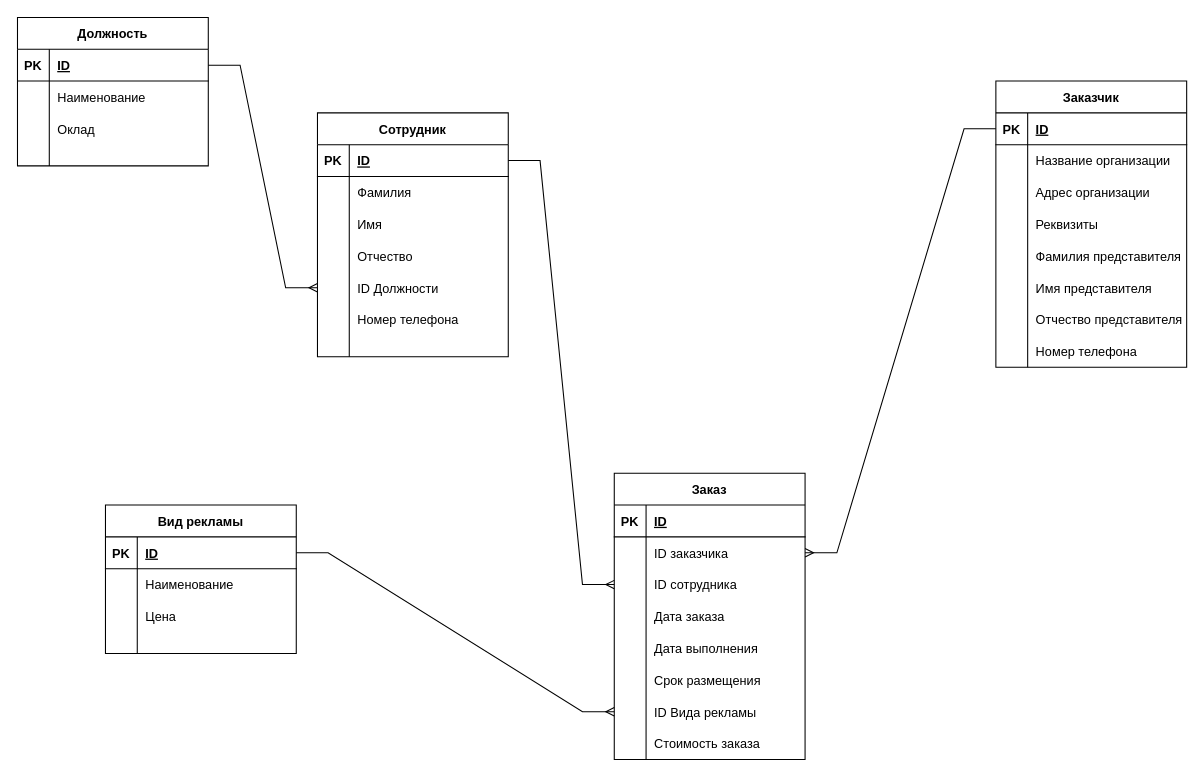
This is Курсовая.drawio from luckyfail777/-, a draw.io file, before an edit. Source tidied: cells renumbered, new cells numbered last; positions are measured from the earlier drawing's top-left corner, leaving out a move shared by most shapes. Both pictures are drawn from the tidied source at 106%, with x=0, y=0 at pixel (17, 17).
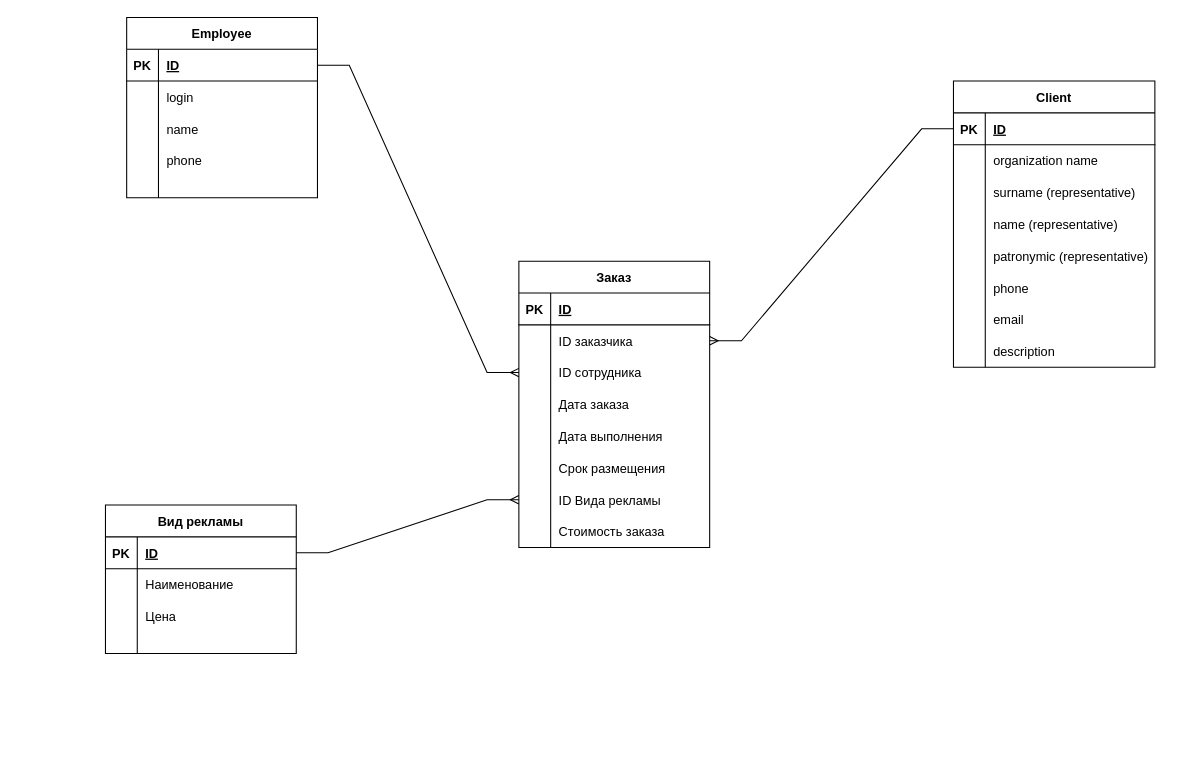
The same diagram, later.

The change refers to these unchanged cells:
```xml
<mxCell id="6" style="shape=tableRow;horizontal=0;startSize=0;swimlaneHead=0;swimlaneBody=0;fillColor=none;top=0;left=0;right=0;bottom=0;" parent="2" vertex="1">
  <mxGeometry y="60" width="180" height="30" as="geometry" />
</mxCell>
<mxCell id="9" style="shape=tableRow;horizontal=0;startSize=0;swimlaneHead=0;swimlaneBody=0;fillColor=none;top=0;left=0;right=0;bottom=0;" parent="2" vertex="1">
  <mxGeometry y="90" width="180" height="30" as="geometry" />
</mxCell>
```

What changed in the source:
```diff
@@
-    <mxCell id="2" value="Сотрудник" style="shape=table;startSize=30;childLayout=tableLayout;rowLines=0;fontStyle=1;align=center;" parent="1" vertex="1">
-      <mxGeometry x="283" y="90" width="180" height="230" as="geometry" />
+    <mxCell id="2" value="Employee" style="shape=table;startSize=30;childLayout=tableLayout;rowLines=0;fontStyle=1;align=center;" parent="1" vertex="1">
+      <mxGeometry x="103" width="180" height="170" as="geometry" />
     </mxCell>
@@
-    <mxCell id="8" value="Фамилия" style="shape=partialRectangle;fillColor=none;top=0;left=0;bottom=0;right=0;align=left;spacingLeft=6;overflow=hidden;" parent="6" vertex="1">
+    <mxCell id="8" value="login" style="shape=partialRectangle;fillColor=none;top=0;left=0;bottom=0;right=0;align=left;spacingLeft=6;overflow=hidden;" parent="6" vertex="1">
       <mxGeometry x="30" width="150" height="30" as="geometry" />
     </mxCell>
@@
-    <mxCell id="11" value="Имя" style="shape=partialRectangle;fillColor=none;top=0;left=0;bottom=0;right=0;align=left;spacingLeft=6;overflow=hidden;" parent="9" vertex="1">
+    <mxCell id="11" value="name" style="shape=partialRectangle;fillColor=none;top=0;left=0;bottom=0;right=0;align=left;spacingLeft=6;overflow=hidden;" parent="9" vertex="1">
       <mxGeometry x="30" width="150" height="30" as="geometry" />
     </mxCell>
-    <mxCell id="12" style="shape=tableRow;horizontal=0;startSize=0;swimlaneHead=0;swimlaneBody=0;fillColor=none;top=0;left=0;right=0;bottom=0;" parent="2" vertex="1">
-      <mxGeometry y="120" width="180" height="30" as="geometry" />
-    </mxCell>
-    <mxCell id="13" style="shape=partialRectangle;fillColor=none;top=0;left=0;bottom=0;right=0;overflow=hidden;" parent="12" vertex="1">
-      <mxGeometry width="30" height="30" as="geometry" />
-    </mxCell>
-    <mxCell id="14" value="Отчество" style="shape=partialRectangle;fillColor=none;top=0;left=0;bottom=0;right=0;align=left;spacingLeft=6;overflow=hidden;" parent="12" vertex="1">
-      <mxGeometry x="30" width="150" height="30" as="geometry" />
-    </mxCell>
-    <mxCell id="15" style="shape=tableRow;horizontal=0;startSize=0;swimlaneHead=0;swimlaneBody=0;fillColor=none;points=[[0,0.5],[1,0.5]];portConstraint=eastwest;top=0;left=0;right=0;bottom=0;" parent="2" vertex="1">
-      <mxGeometry y="150" width="180" height="30" as="geometry" />
-    </mxCell>
-    <mxCell id="16" style="shape=partialRectangle;fillColor=none;top=0;left=0;bottom=0;right=0;overflow=hidden;" parent="15" vertex="1">
-      <mxGeometry width="30" height="30" as="geometry" />
-    </mxCell>
-    <mxCell id="17" value="ID Должности" style="shape=partialRectangle;fillColor=none;top=0;left=0;bottom=0;right=0;align=left;spacingLeft=6;overflow=hidden;" parent="15" vertex="1">
-      <mxGeometry x="30" width="150" height="30" as="geometry" />
-    </mxCell>
     <mxCell id="18" style="shape=tableRow;horizontal=0;startSize=0;swimlaneHead=0;swimlaneBody=0;fillColor=none;top=0;left=0;right=0;bottom=0;" parent="2" vertex="1">
-      <mxGeometry y="180" width="180" height="30" as="geometry" />
+      <mxGeometry y="120" width="180" height="30" as="geometry" />
     </mxCell>
@@
-    <mxCell id="20" value="Номер телефона" style="shape=partialRectangle;fillColor=none;top=0;left=0;bottom=0;right=0;align=left;spacingLeft=6;overflow=hidden;" parent="18" vertex="1">
+    <mxCell id="20" value="phone" style="shape=partialRectangle;fillColor=none;top=0;left=0;bottom=0;right=0;align=left;spacingLeft=6;overflow=hidden;" parent="18" vertex="1">
       <mxGeometry x="30" width="150" height="30" as="geometry" />
     </mxCell>
     <mxCell id="21" style="shape=tableRow;horizontal=0;startSize=0;swimlaneHead=0;swimlaneBody=0;fillColor=none;top=0;left=0;right=0;bottom=0;" parent="2" vertex="1">
-      <mxGeometry y="210" width="180" height="20" as="geometry" />
+      <mxGeometry y="150" width="180" height="20" as="geometry" />
     </mxCell>
@@
-    <mxCell id="24" value="Заказчик" style="shape=table;startSize=30;childLayout=tableLayout;rowLines=0;fontStyle=1;align=center;" parent="1" vertex="1">
-      <mxGeometry x="923" y="60" width="180" height="270" as="geometry" />
+    <mxCell id="24" value="Client" style="shape=table;startSize=30;childLayout=tableLayout;rowLines=0;fontStyle=1;align=center;" parent="1" vertex="1">
+      <mxGeometry x="883" y="60" width="190" height="270" as="geometry" />
     </mxCell>
     <mxCell id="25" style="shape=tableRow;horizontal=0;startSize=0;swimlaneHead=0;swimlaneBody=0;fillColor=none;points=[[0,0.5],[1,0.5]];portConstraint=eastwest;top=0;left=0;right=0;bottom=1;" parent="24" vertex="1">
-      <mxGeometry y="30" width="180" height="30" as="geometry" />
+      <mxGeometry y="30" width="190" height="30" as="geometry" />
     </mxCell>
@@
     <mxCell id="27" value="ID" style="shape=partialRectangle;fillColor=none;top=0;left=0;bottom=0;right=0;align=left;spacingLeft=6;fontStyle=5;overflow=hidden;" parent="25" vertex="1">
-      <mxGeometry x="30" width="150" height="30" as="geometry" />
+      <mxGeometry x="30" width="160" height="30" as="geometry" />
     </mxCell>
     <mxCell id="28" style="shape=tableRow;horizontal=0;startSize=0;swimlaneHead=0;swimlaneBody=0;fillColor=none;top=0;left=0;right=0;bottom=0;" parent="24" vertex="1">
-      <mxGeometry y="60" width="180" height="30" as="geometry" />
+      <mxGeometry y="60" width="190" height="30" as="geometry" />
     </mxCell>
@@
-    <mxCell id="30" value="Название организации" style="shape=partialRectangle;fillColor=none;top=0;left=0;bottom=0;right=0;align=left;spacingLeft=6;overflow=hidden;" parent="28" vertex="1">
-      <mxGeometry x="30" width="150" height="30" as="geometry" />
+    <mxCell id="30" value="organization name" style="shape=partialRectangle;fillColor=none;top=0;left=0;bottom=0;right=0;align=left;spacingLeft=6;overflow=hidden;" parent="28" vertex="1">
+      <mxGeometry x="30" width="160" height="30" as="geometry" />
     </mxCell>
-    <mxCell id="31" style="shape=tableRow;horizontal=0;startSize=0;swimlaneHead=0;swimlaneBody=0;fillColor=none;top=0;left=0;right=0;bottom=0;" parent="24" vertex="1">
-      <mxGeometry y="90" width="180" height="30" as="geometry" />
-    </mxCell>
-    <mxCell id="32" style="shape=partialRectangle;fillColor=none;top=0;left=0;bottom=0;right=0;overflow=hidden;" parent="31" vertex="1">
-      <mxGeometry width="30" height="30" as="geometry" />
-    </mxCell>
-    <mxCell id="33" value="Адрес организации" style="shape=partialRectangle;fillColor=none;top=0;left=0;bottom=0;right=0;align=left;spacingLeft=6;overflow=hidden;" parent="31" vertex="1">
-      <mxGeometry x="30" width="150" height="30" as="geometry" />
-    </mxCell>
-    <mxCell id="34" style="shape=tableRow;horizontal=0;startSize=0;swimlaneHead=0;swimlaneBody=0;fillColor=none;top=0;left=0;right=0;bottom=0;" parent="24" vertex="1">
-      <mxGeometry y="120" width="180" height="30" as="geometry" />
-    </mxCell>
-    <mxCell id="35" style="shape=partialRectangle;fillColor=none;top=0;left=0;bottom=0;right=0;overflow=hidden;" parent="34" vertex="1">
-      <mxGeometry width="30" height="30" as="geometry" />
-    </mxCell>
-    <mxCell id="36" value="Реквизиты" style="shape=partialRectangle;fillColor=none;top=0;left=0;bottom=0;right=0;align=left;spacingLeft=6;overflow=hidden;" parent="34" vertex="1">
-      <mxGeometry x="30" width="150" height="30" as="geometry" />
-    </mxCell>
     <mxCell id="37" style="shape=tableRow;horizontal=0;startSize=0;swimlaneHead=0;swimlaneBody=0;fillColor=none;top=0;left=0;right=0;bottom=0;" parent="24" vertex="1">
-      <mxGeometry y="150" width="180" height="30" as="geometry" />
+      <mxGeometry y="90" width="190" height="30" as="geometry" />
     </mxCell>
@@
-    <mxCell id="39" value="Фамилия представителя" style="shape=partialRectangle;fillColor=none;top=0;left=0;bottom=0;right=0;align=left;spacingLeft=6;overflow=hidden;" parent="37" vertex="1">
-      <mxGeometry x="30" width="150" height="30" as="geometry" />
+    <mxCell id="39" value="surname (representative)" style="shape=partialRectangle;fillColor=none;top=0;left=0;bottom=0;right=0;align=left;spacingLeft=6;overflow=hidden;" parent="37" vertex="1">
+      <mxGeometry x="30" width="160" height="30" as="geometry" />
     </mxCell>
     <mxCell id="40" style="shape=tableRow;horizontal=0;startSize=0;swimlaneHead=0;swimlaneBody=0;fillColor=none;top=0;left=0;right=0;bottom=0;" parent="24" vertex="1">
-      <mxGeometry y="180" width="180" height="30" as="geometry" />
+      <mxGeometry y="120" width="190" height="30" as="geometry" />
     </mxCell>
@@
-    <mxCell id="42" value="Имя представителя" style="shape=partialRectangle;fillColor=none;top=0;left=0;bottom=0;right=0;align=left;spacingLeft=6;overflow=hidden;" parent="40" vertex="1">
-      <mxGeometry x="30" width="150" height="30" as="geometry" />
+    <mxCell id="42" value="name (representative)" style="shape=partialRectangle;fillColor=none;top=0;left=0;bottom=0;right=0;align=left;spacingLeft=6;overflow=hidden;" parent="40" vertex="1">
+      <mxGeometry x="30" width="160" height="30" as="geometry" />
     </mxCell>
     <mxCell id="43" style="shape=tableRow;horizontal=0;startSize=0;swimlaneHead=0;swimlaneBody=0;fillColor=none;top=0;left=0;right=0;bottom=0;" parent="24" vertex="1">
-      <mxGeometry y="210" width="180" height="30" as="geometry" />
+      <mxGeometry y="150" width="190" height="30" as="geometry" />
     </mxCell>
@@
-    <mxCell id="45" value="Отчество представителя" style="shape=partialRectangle;fillColor=none;top=0;left=0;bottom=0;right=0;align=left;spacingLeft=6;overflow=hidden;" parent="43" vertex="1">
-      <mxGeometry x="30" width="150" height="30" as="geometry" />
+    <mxCell id="45" value="patronymic (representative)" style="shape=partialRectangle;fillColor=none;top=0;left=0;bottom=0;right=0;align=left;spacingLeft=6;overflow=hidden;" parent="43" vertex="1">
+      <mxGeometry x="30" width="160" height="30" as="geometry" />
     </mxCell>
     <mxCell id="46" style="shape=tableRow;horizontal=0;startSize=0;swimlaneHead=0;swimlaneBody=0;fillColor=none;top=0;left=0;right=0;bottom=0;" parent="24" vertex="1">
-      <mxGeometry y="240" width="180" height="30" as="geometry" />
+      <mxGeometry y="180" width="190" height="30" as="geometry" />
     </mxCell>
@@
-    <mxCell id="48" value="Номер телефона" style="shape=partialRectangle;fillColor=none;top=0;left=0;bottom=0;right=0;align=left;spacingLeft=6;overflow=hidden;" parent="46" vertex="1">
-      <mxGeometry x="30" width="150" height="30" as="geometry" />
+    <mxCell id="48" value="phone" style="shape=partialRectangle;fillColor=none;top=0;left=0;bottom=0;right=0;align=left;spacingLeft=6;overflow=hidden;" parent="46" vertex="1">
+      <mxGeometry x="30" width="160" height="30" as="geometry" />
     </mxCell>
+    <mxCell id="104" style="shape=tableRow;horizontal=0;startSize=0;swimlaneHead=0;swimlaneBody=0;fillColor=none;top=0;left=0;right=0;bottom=0;" parent="24" vertex="1">
+      <mxGeometry y="210" width="190" height="30" as="geometry" />
+    </mxCell>
+    <mxCell id="105" style="shape=partialRectangle;fillColor=none;top=0;left=0;bottom=0;right=0;overflow=hidden;" parent="104" vertex="1">
+      <mxGeometry width="30" height="30" as="geometry" />
+    </mxCell>
+    <mxCell id="106" value="email" style="shape=partialRectangle;fillColor=none;top=0;left=0;bottom=0;right=0;align=left;spacingLeft=6;overflow=hidden;" parent="104" vertex="1">
+      <mxGeometry x="30" width="160" height="30" as="geometry" />
+    </mxCell>
+    <mxCell id="107" style="shape=tableRow;horizontal=0;startSize=0;swimlaneHead=0;swimlaneBody=0;fillColor=none;top=0;left=0;right=0;bottom=0;" parent="24" vertex="1">
+      <mxGeometry y="240" width="190" height="30" as="geometry" />
+    </mxCell>
+    <mxCell id="108" style="shape=partialRectangle;fillColor=none;top=0;left=0;bottom=0;right=0;overflow=hidden;" parent="107" vertex="1">
+      <mxGeometry width="30" height="30" as="geometry" />
+    </mxCell>
+    <mxCell id="109" value="description" style="shape=partialRectangle;fillColor=none;top=0;left=0;bottom=0;right=0;align=left;spacingLeft=6;overflow=hidden;" parent="107" vertex="1">
+      <mxGeometry x="30" width="160" height="30" as="geometry" />
+    </mxCell>
     <mxCell id="49" value="Заказ" style="shape=table;startSize=30;childLayout=tableLayout;rowLines=0;fontStyle=1;align=center;" parent="1" vertex="1">
-      <mxGeometry x="563" y="430" width="180" height="270" as="geometry" />
+      <mxGeometry x="473" y="230" width="180" height="270" as="geometry" />
     </mxCell>
@@
-    <mxCell id="87" value="Должность" style="shape=table;startSize=30;childLayout=tableLayout;rowLines=0;fontStyle=1;align=center;" parent="1" vertex="1">
-      <mxGeometry width="180" height="140" as="geometry" />
-    </mxCell>
-    <mxCell id="88" style="shape=tableRow;horizontal=0;startSize=0;swimlaneHead=0;swimlaneBody=0;fillColor=none;points=[[0,0.5],[1,0.5]];portConstraint=eastwest;top=0;left=0;right=0;bottom=1;" parent="87" vertex="1">
-      <mxGeometry y="30" width="180" height="30" as="geometry" />
-    </mxCell>
-    <mxCell id="89" value="PK" style="shape=partialRectangle;fillColor=none;top=0;left=0;bottom=0;right=0;fontStyle=1;overflow=hidden;" parent="88" vertex="1">
-      <mxGeometry width="30" height="30" as="geometry" />
-    </mxCell>
-    <mxCell id="90" value="ID" style="shape=partialRectangle;fillColor=none;top=0;left=0;bottom=0;right=0;align=left;spacingLeft=6;fontStyle=5;overflow=hidden;" parent="88" vertex="1">
-      <mxGeometry x="30" width="150" height="30" as="geometry" />
-    </mxCell>
-    <mxCell id="91" style="shape=tableRow;horizontal=0;startSize=0;swimlaneHead=0;swimlaneBody=0;fillColor=none;top=0;left=0;right=0;bottom=0;" parent="87" vertex="1">
-      <mxGeometry y="60" width="180" height="30" as="geometry" />
-    </mxCell>
-    <mxCell id="92" style="shape=partialRectangle;fillColor=none;top=0;left=0;bottom=0;right=0;overflow=hidden;" parent="91" vertex="1">
-      <mxGeometry width="30" height="30" as="geometry" />
-    </mxCell>
-    <mxCell id="93" value="Наименование" style="shape=partialRectangle;fillColor=none;top=0;left=0;bottom=0;right=0;align=left;spacingLeft=6;overflow=hidden;" parent="91" vertex="1">
-      <mxGeometry x="30" width="150" height="30" as="geometry" />
-    </mxCell>
-    <mxCell id="94" style="shape=tableRow;horizontal=0;startSize=0;swimlaneHead=0;swimlaneBody=0;fillColor=none;top=0;left=0;right=0;bottom=0;" parent="87" vertex="1">
-      <mxGeometry y="90" width="180" height="30" as="geometry" />
-    </mxCell>
-    <mxCell id="95" style="shape=partialRectangle;fillColor=none;top=0;left=0;bottom=0;right=0;overflow=hidden;" parent="94" vertex="1">
-      <mxGeometry width="30" height="30" as="geometry" />
-    </mxCell>
-    <mxCell id="96" value="Оклад" style="shape=partialRectangle;fillColor=none;top=0;left=0;bottom=0;right=0;align=left;spacingLeft=6;overflow=hidden;" parent="94" vertex="1">
-      <mxGeometry x="30" width="150" height="30" as="geometry" />
-    </mxCell>
-    <mxCell id="97" style="shape=tableRow;horizontal=0;startSize=0;swimlaneHead=0;swimlaneBody=0;fillColor=none;top=0;left=0;right=0;bottom=0;" parent="87" vertex="1">
-      <mxGeometry y="120" width="180" height="20" as="geometry" />
-    </mxCell>
-    <mxCell id="98" style="shape=partialRectangle;fillColor=none;top=0;left=0;bottom=0;right=0;overflow=hidden;" parent="97" vertex="1">
-      <mxGeometry width="30" height="20" as="geometry" />
-    </mxCell>
-    <mxCell id="99" style="shape=partialRectangle;fillColor=none;top=0;left=0;bottom=0;right=0;align=left;spacingLeft=6;overflow=hidden;" parent="97" vertex="1">
-      <mxGeometry x="30" width="150" height="20" as="geometry" />
-    </mxCell>
-    <mxCell id="100" style="edgeStyle=entityRelationEdgeStyle;fontSize=12;html=1;endArrow=ERmany;rounded=0;exitX=1;exitY=0.5;exitDx=0;exitDy=0;entryX=0;entryY=0.5;entryDx=0;entryDy=0;" parent="1" edge="1" source="88" target="15">
-      <mxGeometry relative="1" as="geometry" />
-    </mxCell>
```
